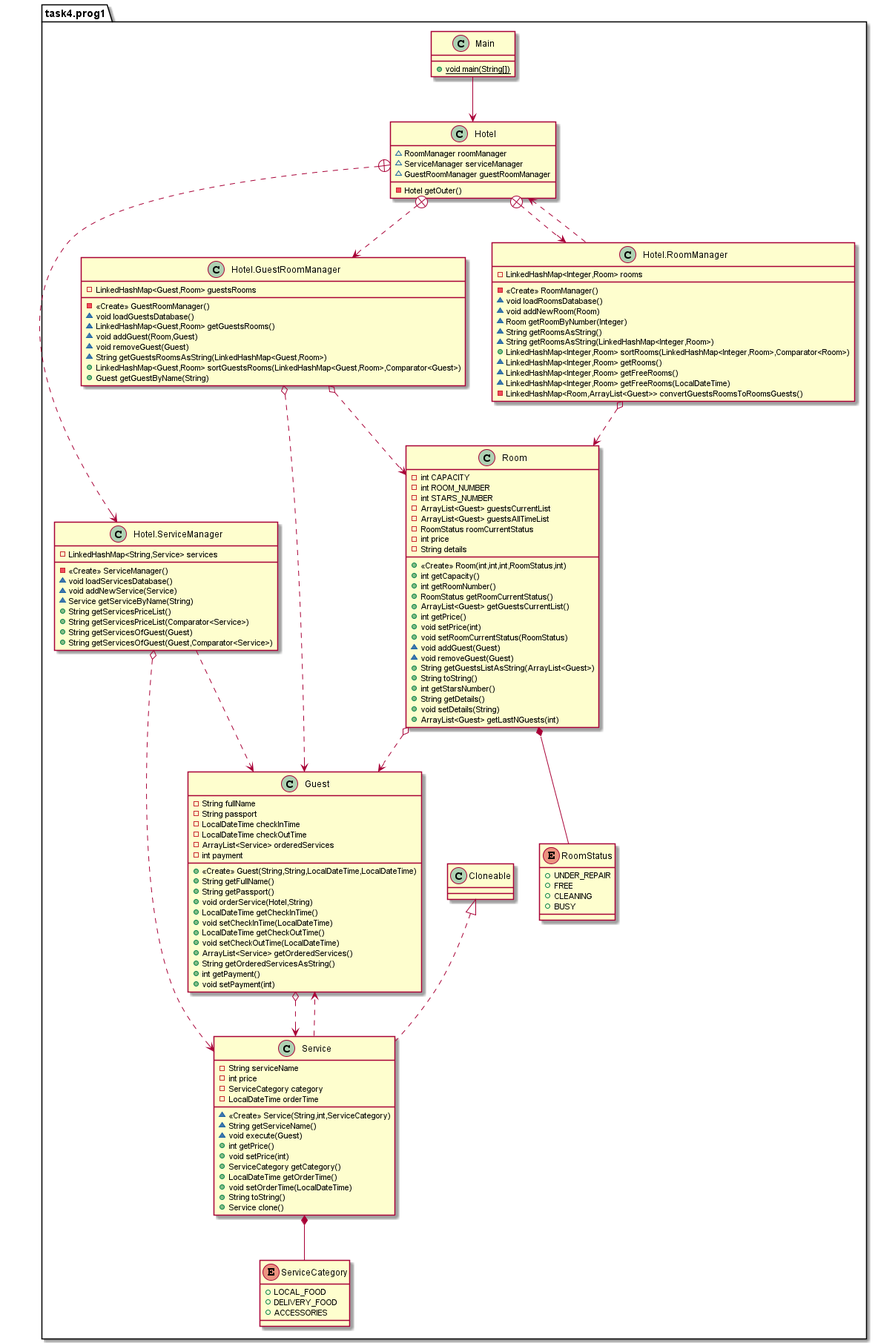
Earlier version of the PlantUML export src/task4/prog1/HotelDiagram.png (20cognosce/SenlaProject).
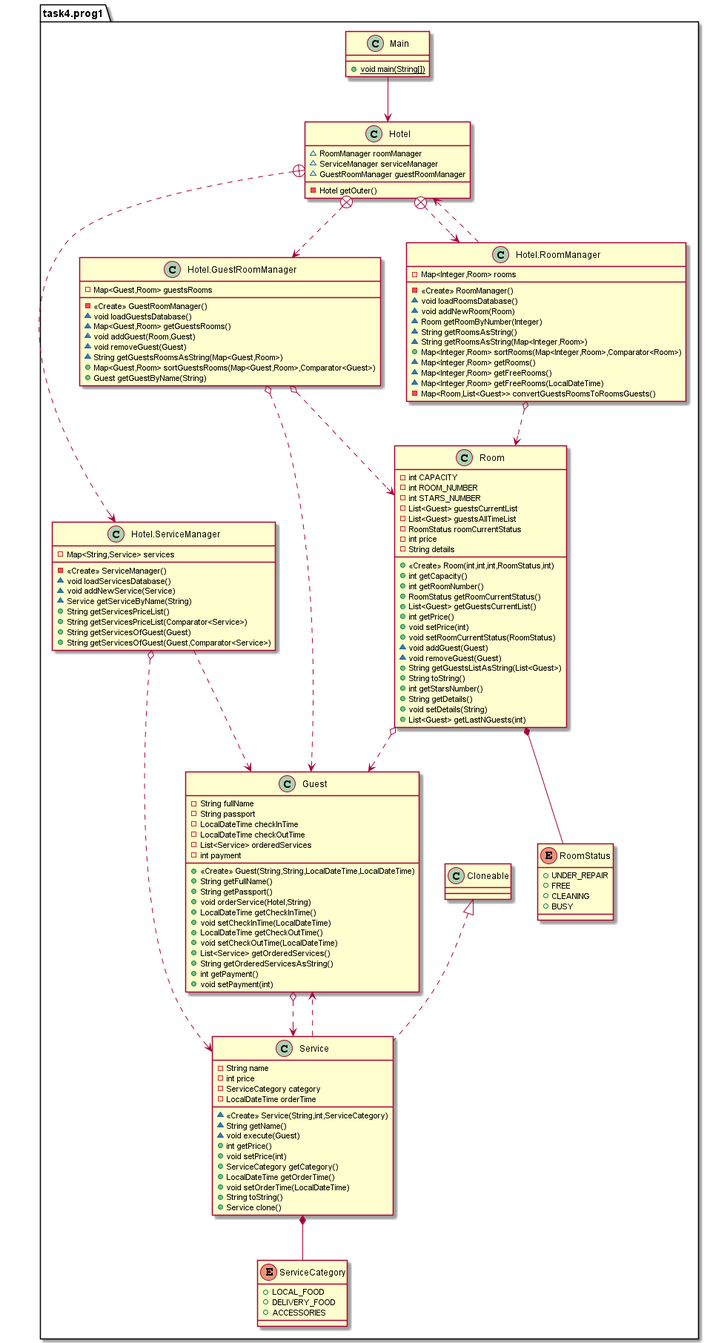
The same file after the commit.

The edit, as a diff of the source:
```diff
@@ -6,21 +6,21 @@
 - Hotel getOuter()
 }
 class task4.prog1.Hotel.RoomManager {
-- LinkedHashMap<Integer,Room> rooms
+- Map<Integer,Room> rooms
 - <<Create>> RoomManager()
 ~ void loadRoomsDatabase()
 ~ void addNewRoom(Room)
 ~ Room getRoomByNumber(Integer)
 ~ String getRoomsAsString()
-~ String getRoomsAsString(LinkedHashMap<Integer,Room>)
-+ LinkedHashMap<Integer,Room> sortRooms(LinkedHashMap<Integer,Room>,Comparator<Room>)
-~ LinkedHashMap<Integer,Room> getRooms()
-~ LinkedHashMap<Integer,Room> getFreeRooms()
-~ LinkedHashMap<Integer,Room> getFreeRooms(LocalDateTime)
-- LinkedHashMap<Room,ArrayList<Guest>> convertGuestsRoomsToRoomsGuests()
+~ String getRoomsAsString(Map<Integer,Room>)
++ Map<Integer,Room> sortRooms(Map<Integer,Room>,Comparator<Room>)
+~ Map<Integer,Room> getRooms()
+~ Map<Integer,Room> getFreeRooms()
+~ Map<Integer,Room> getFreeRooms(LocalDateTime)
+- Map<Room,List<Guest>> convertGuestsRoomsToRoomsGuests()
 }
 class task4.prog1.Hotel.ServiceManager {
-- LinkedHashMap<String,Service> services
+- Map<String,Service> services
 - <<Create>> ServiceManager()
 ~ void loadServicesDatabase()
 ~ void addNewService(Service)
@@ -31,14 +31,14 @@
 + String getServicesOfGuest(Guest,Comparator<Service>)
 }
 class task4.prog1.Hotel.GuestRoomManager {
-- LinkedHashMap<Guest,Room> guestsRooms
+- Map<Guest,Room> guestsRooms
 - <<Create>> GuestRoomManager()
 ~ void loadGuestsDatabase()
-~ LinkedHashMap<Guest,Room> getGuestsRooms()
+~ Map<Guest,Room> getGuestsRooms()
 ~ void addGuest(Room,Guest)
 ~ void removeGuest(Guest)
-~ String getGuestsRoomsAsString(LinkedHashMap<Guest,Room>)
-+ LinkedHashMap<Guest,Room> sortGuestsRooms(LinkedHashMap<Guest,Room>,Comparator<Guest>)
+~ String getGuestsRoomsAsString(Map<Guest,Room>)
++ Map<Guest,Room> sortGuestsRooms(Map<Guest,Room>,Comparator<Guest>)
 + Guest getGuestByName(String)
 }
 class task4.prog1.Guest {
@@ -46,7 +46,7 @@
 - String passport
 - LocalDateTime checkInTime
 - LocalDateTime checkOutTime
-- ArrayList<Service> orderedServices
+- List<Service> orderedServices
 - int payment
 + <<Create>> Guest(String,String,LocalDateTime,LocalDateTime)
 + String getFullName()
@@ -56,7 +56,7 @@
 + void setCheckInTime(LocalDateTime)
 + LocalDateTime getCheckOutTime()
 + void setCheckOutTime(LocalDateTime)
-+ ArrayList<Service> getOrderedServices()
++ List<Service> getOrderedServices()
 + String getOrderedServicesAsString()
 + int getPayment()
 + void setPayment(int)
@@ -70,8 +70,8 @@
 - int CAPACITY
 - int ROOM_NUMBER
 - int STARS_NUMBER
-- ArrayList<Guest> guestsCurrentList
-- ArrayList<Guest> guestsAllTimeList
+- List<Guest> guestsCurrentList
+- List<Guest> guestsAllTimeList
 - RoomStatus roomCurrentStatus
 - int price
 - String details
@@ -79,29 +79,29 @@
 + int getCapacity()
 + int getRoomNumber()
 + RoomStatus getRoomCurrentStatus()
-+ ArrayList<Guest> getGuestsCurrentList()
++ List<Guest> getGuestsCurrentList()
 + int getPrice()
 + void setPrice(int)
 + void setRoomCurrentStatus(RoomStatus)
 ~ void addGuest(Guest)
 ~ void removeGuest(Guest)
-+ String getGuestsListAsString(ArrayList<Guest>)
++ String getGuestsListAsString(List<Guest>)
 + String toString()
 + int getStarsNumber()
 + String getDetails()
 + void setDetails(String)
-+ ArrayList<Guest> getLastNGuests(int)
++ List<Guest> getLastNGuests(int)
 }
 class task4.prog1.Main {
 + {static} void main(String[])
 }
 class task4.prog1.Service {
-- String serviceName
+- String name
 - int price
 - ServiceCategory category
 - LocalDateTime orderTime
 ~ <<Create>> Service(String,int,ServiceCategory)
-~ String getServiceName()
+~ String getName()
 ~ void execute(Guest)
 + int getPrice()
 + void setPrice(int)
```
